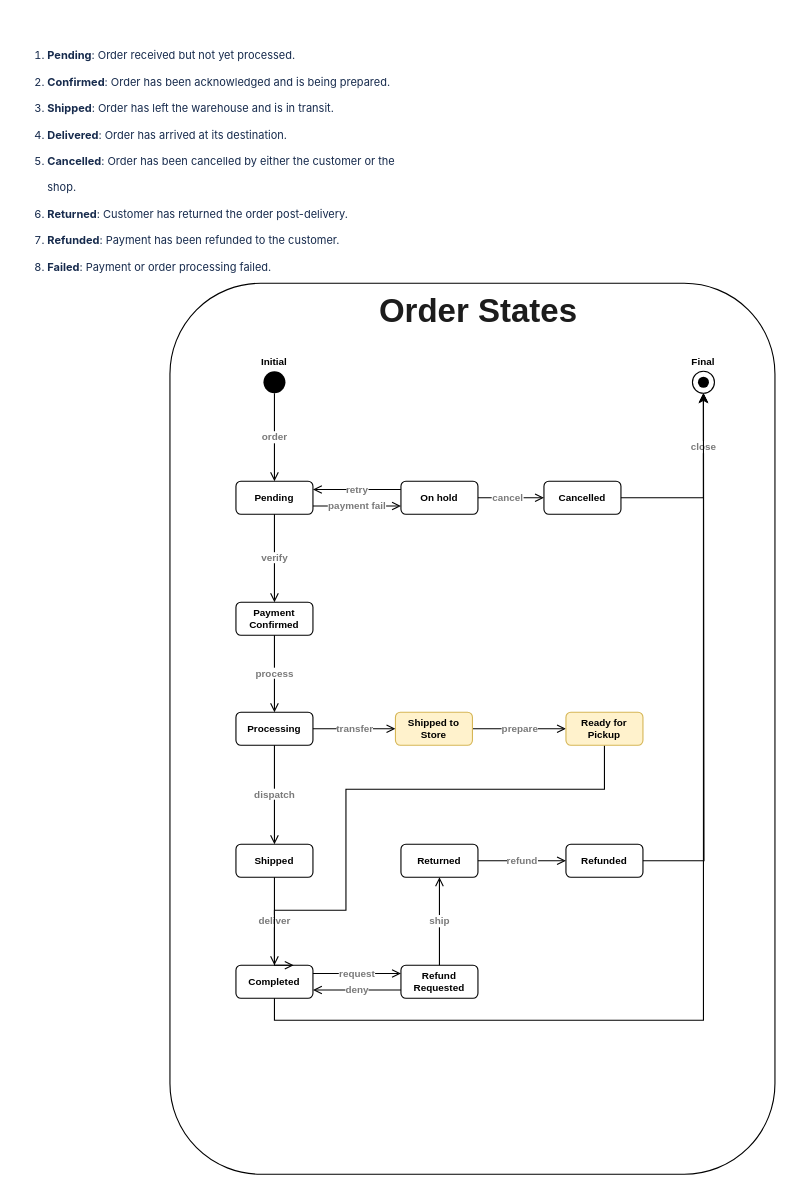
Earlier version of the draw.io diagram page "[STATE] Order" (2 of 2) of architecture/UseCases.drawio (average-js-enjoyers/average-js-webshop). Source tidied: cells renumbered, new cells numbered last; positions are measured from the earlier drawing's top-left corner, leaving out a move shared by most shapes. Both pictures are drawn from the tidied source at 110%, with x=0, y=0 at pixel (18, 19).
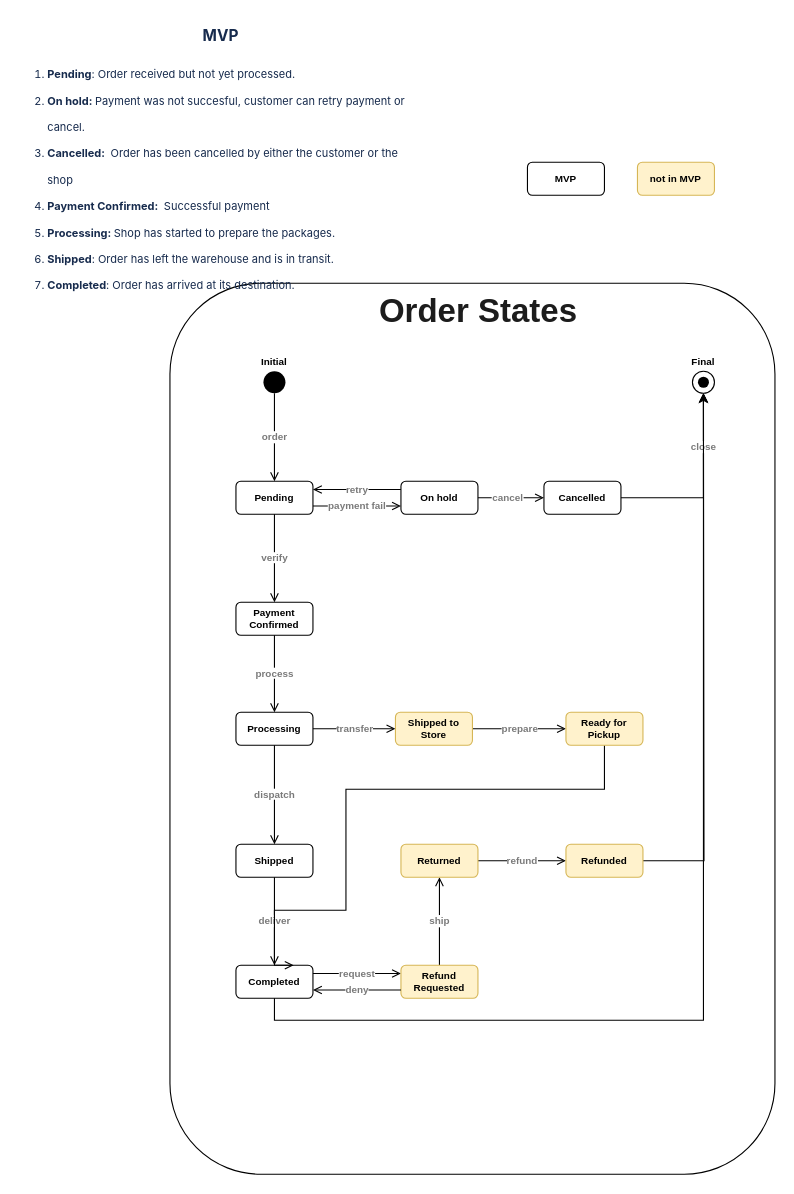
The same page after the edit.

Commit message (it also covers changes not shown here):
Get all pending orders (pagination needed)

The edit, as a diff of the source:
```diff
@@
-    <mxCell id="6" value="&lt;ol style=&quot;list-style: none; margin: 14px 0px; padding: 0px 0px 0px 24px; color: rgb(23, 43, 77); font-family: -apple-system, BlinkMacSystemFont, &amp;quot;Segoe UI&amp;quot;, Roboto, &amp;quot;Noto Sans&amp;quot;, Ubuntu, &amp;quot;Droid Sans&amp;quot;, &amp;quot;Helvetica Neue&amp;quot;, sans-serif; font-style: normal; font-variant-ligatures: normal; font-variant-caps: normal; font-weight: 400; letter-spacing: normal; orphans: 2; text-align: start; text-indent: 0px; text-transform: none; widows: 2; word-spacing: 0px; -webkit-text-stroke-width: 0px; text-decoration-thickness: initial; text-decoration-style: initial; text-decoration-color: initial; font-size: 10px;&quot;&gt;&lt;li style=&quot;line-height: 24px; margin: 0px; list-style: decimal; font-size: 10px;&quot;&gt;&lt;font style=&quot;font-size: 10px;&quot;&gt;&lt;strong style=&quot;font-weight: 700; font-size: 10px;&quot;&gt;Pending&lt;/strong&gt;: Order received but not yet processed.&lt;/font&gt;&lt;/li&gt;&lt;li style=&quot;line-height: 24px; margin: 0px; list-style: decimal; font-size: 10px;&quot;&gt;&lt;font style=&quot;font-size: 10px;&quot;&gt;&lt;strong style=&quot;font-weight: 700; font-size: 10px;&quot;&gt;Confirmed&lt;/strong&gt;: Order has been acknowledged and is being prepared.&lt;/font&gt;&lt;/li&gt;&lt;li style=&quot;line-height: 24px; margin: 0px; list-style: decimal; font-size: 10px;&quot;&gt;&lt;font style=&quot;font-size: 10px;&quot;&gt;&lt;strong style=&quot;font-weight: 700; font-size: 10px;&quot;&gt;Shipped&lt;/strong&gt;: Order has left the warehouse and is in transit.&lt;/font&gt;&lt;/li&gt;&lt;li style=&quot;line-height: 24px; margin: 0px; list-style: decimal; font-size: 10px;&quot;&gt;&lt;font style=&quot;font-size: 10px;&quot;&gt;&lt;strong style=&quot;font-weight: 700; font-size: 10px;&quot;&gt;Delivered&lt;/strong&gt;: Order has arrived at its destination.&lt;/font&gt;&lt;/li&gt;&lt;li style=&quot;line-height: 24px; margin: 0px; list-style: decimal; font-size: 10px;&quot;&gt;&lt;font style=&quot;font-size: 10px;&quot;&gt;&lt;strong style=&quot;font-weight: 700; font-size: 10px;&quot;&gt;Cancelled&lt;/strong&gt;: Order has been cancelled by either the customer or the shop.&lt;/font&gt;&lt;/li&gt;&lt;li style=&quot;line-height: 24px; margin: 0px; list-style: decimal; font-size: 10px;&quot;&gt;&lt;font style=&quot;font-size: 10px;&quot;&gt;&lt;strong style=&quot;font-weight: 700; font-size: 10px;&quot;&gt;Returned&lt;/strong&gt;: Customer has returned the order post-delivery.&lt;/font&gt;&lt;/li&gt;&lt;li style=&quot;line-height: 24px; margin: 0px; list-style: decimal; font-size: 10px;&quot;&gt;&lt;font style=&quot;font-size: 10px;&quot;&gt;&lt;strong style=&quot;font-weight: 700; font-size: 10px;&quot;&gt;Refunded&lt;/strong&gt;: Payment has been refunded to the customer.&lt;/font&gt;&lt;/li&gt;&lt;li style=&quot;line-height: 24px; margin: 0px; list-style: decimal; font-size: 10px;&quot;&gt;&lt;font style=&quot;font-size: 10px;&quot;&gt;&lt;strong style=&quot;font-weight: 700; font-size: 10px;&quot;&gt;Failed&lt;/strong&gt;: Payment or order processing failed.&lt;/font&gt;&lt;/li&gt;&lt;/ol&gt;" style="text;whiteSpace=wrap;html=1;fontSize=10;fontFamily=Helvetica;fontColor=#7A7A7A;" parent="1" vertex="1">
+    <mxCell id="6" value="&lt;div style=&quot;text-align: center;&quot;&gt;&lt;font size=&quot;1&quot; face=&quot;-apple-system, BlinkMacSystemFont, Segoe UI, Roboto, Noto Sans, Ubuntu, Droid Sans, Helvetica Neue, sans-serif&quot; color=&quot;#172b4d&quot;&gt;&lt;b style=&quot;font-size: 14px;&quot;&gt;MVP&lt;/b&gt;&lt;/font&gt;&lt;/div&gt;&lt;ol style=&quot;list-style: none; margin: 14px 0px; padding: 0px 0px 0px 24px; color: rgb(23, 43, 77); font-family: -apple-system, BlinkMacSystemFont, &amp;quot;Segoe UI&amp;quot;, Roboto, &amp;quot;Noto Sans&amp;quot;, Ubuntu, &amp;quot;Droid Sans&amp;quot;, &amp;quot;Helvetica Neue&amp;quot;, sans-serif; font-style: normal; font-variant-ligatures: normal; font-variant-caps: normal; letter-spacing: normal; orphans: 2; text-align: start; text-indent: 0px; text-transform: none; widows: 2; word-spacing: 0px; -webkit-text-stroke-width: 0px; text-decoration-thickness: initial; text-decoration-style: initial; text-decoration-color: initial; font-size: 10px;&quot;&gt;&lt;li style=&quot;font-weight: 400; line-height: 24px; margin: 0px; list-style: decimal; font-size: 10px;&quot;&gt;&lt;font style=&quot;font-size: 10px;&quot;&gt;&lt;strong style=&quot;font-weight: 700; font-size: 10px;&quot;&gt;Pending&lt;/strong&gt;: Order received but not yet processed.&lt;/font&gt;&lt;/li&gt;&lt;li style=&quot;line-height: 24px; margin: 0px; list-style: decimal; font-size: 10px;&quot;&gt;&lt;font style=&quot;font-size: 10px;&quot;&gt;&lt;b&gt;On hold: &lt;/b&gt;Payment was not succesful, customer can retry payment or cancel.&lt;/font&gt;&lt;/li&gt;&lt;li style=&quot;line-height: 24px; margin: 0px; list-style: decimal; font-size: 10px;&quot;&gt;&lt;font style=&quot;font-size: 10px;&quot;&gt;&lt;b&gt;Cancelled:&amp;nbsp;&lt;/b&gt;&lt;/font&gt;&amp;nbsp;Order has been cancelled by either the customer or the shop&lt;/li&gt;&lt;li style=&quot;line-height: 24px; margin: 0px; list-style: decimal; font-size: 10px;&quot;&gt;&lt;font style=&quot;font-size: 10px;&quot;&gt;&lt;b&gt;Payment Confirmed:&amp;nbsp;&lt;/b&gt;&amp;nbsp;Successful payment&lt;/font&gt;&lt;/li&gt;&lt;li style=&quot;line-height: 24px; margin: 0px; list-style: decimal; font-size: 10px;&quot;&gt;&lt;font style=&quot;font-size: 10px;&quot;&gt;&lt;b&gt;Processing: &lt;/b&gt;Shop has started to prepare the packages.&lt;/font&gt;&lt;/li&gt;&lt;li style=&quot;font-weight: 400; line-height: 24px; margin: 0px; list-style: decimal; font-size: 10px;&quot;&gt;&lt;font style=&quot;font-size: 10px;&quot;&gt;&lt;strong style=&quot;font-weight: 700; font-size: 10px;&quot;&gt;Shipped&lt;/strong&gt;: Order has left the warehouse and is in transit.&lt;/font&gt;&lt;/li&gt;&lt;li style=&quot;font-weight: 400; line-height: 24px; margin: 0px; list-style: decimal; font-size: 10px;&quot;&gt;&lt;font style=&quot;font-size: 10px;&quot;&gt;&lt;strong style=&quot;font-weight: 700; font-size: 10px;&quot;&gt;Completed&lt;/strong&gt;: Order has arrived at its destination.&lt;/font&gt;&lt;/li&gt;&lt;/ol&gt;" style="text;whiteSpace=wrap;html=1;fontSize=10;fontFamily=Helvetica;fontColor=#7A7A7A;" parent="1" vertex="1">
       <mxGeometry x="0.5" width="365" height="170" as="geometry" />
     </mxCell>
@@
-    <mxCell id="19" value="Returned" style="rounded=1;whiteSpace=wrap;html=1;labelBackgroundColor=none;align=center;verticalAlign=middle;fontFamily=Helvetica;fontSize=9;fontColor=#000000;fillColor=none;gradientColor=none;fontStyle=1;" parent="1" vertex="1">
+    <mxCell id="19" value="Returned" style="rounded=1;whiteSpace=wrap;html=1;labelBackgroundColor=none;align=center;verticalAlign=middle;fontFamily=Helvetica;fontSize=9;fillColor=#fff2cc;fontStyle=1;strokeColor=#d6b656;" parent="1" vertex="1">
       <mxGeometry x="348" y="750" width="70" height="30" as="geometry" />
     </mxCell>
@@
-    <mxCell id="25" value="Refunded" style="rounded=1;whiteSpace=wrap;html=1;labelBackgroundColor=none;align=center;verticalAlign=middle;fontFamily=Helvetica;fontSize=9;fontColor=#000000;fillColor=none;gradientColor=none;fontStyle=1;" parent="1" vertex="1">
+    <mxCell id="25" value="Refunded" style="rounded=1;whiteSpace=wrap;html=1;labelBackgroundColor=none;align=center;verticalAlign=middle;fontFamily=Helvetica;fontSize=9;fillColor=#fff2cc;fontStyle=1;strokeColor=#d6b656;" parent="1" vertex="1">
       <mxGeometry x="498" y="750" width="70" height="30" as="geometry" />
     </mxCell>
@@
-    <mxCell id="33" value="Refund Requested" style="rounded=1;whiteSpace=wrap;html=1;labelBackgroundColor=none;align=center;verticalAlign=middle;fontFamily=Helvetica;fontSize=9;fontColor=#000000;fillColor=none;gradientColor=none;fontStyle=1;" parent="1" vertex="1">
+    <mxCell id="33" value="Refund Requested" style="rounded=1;whiteSpace=wrap;html=1;labelBackgroundColor=none;align=center;verticalAlign=middle;fontFamily=Helvetica;fontSize=9;fillColor=#fff2cc;fontStyle=1;strokeColor=#d6b656;" parent="1" vertex="1">
       <mxGeometry x="348" y="860" width="70" height="30" as="geometry" />
     </mxCell>
@@
+    <mxCell id="39" value="MVP" style="rounded=1;whiteSpace=wrap;html=1;labelBackgroundColor=none;align=center;verticalAlign=middle;fontFamily=Helvetica;fontSize=9;fontColor=#000000;fillColor=none;gradientColor=none;fontStyle=1;" parent="1" vertex="1">
+      <mxGeometry x="463" y="130" width="70" height="30" as="geometry" />
+    </mxCell>
+    <mxCell id="40" value="not in MVP" style="rounded=1;whiteSpace=wrap;html=1;labelBackgroundColor=none;align=center;verticalAlign=middle;fontFamily=Helvetica;fontSize=9;fillColor=#fff2cc;fontStyle=1;strokeColor=#d6b656;" parent="1" vertex="1">
+      <mxGeometry x="563" y="130" width="70" height="30" as="geometry" />
+    </mxCell>
```
